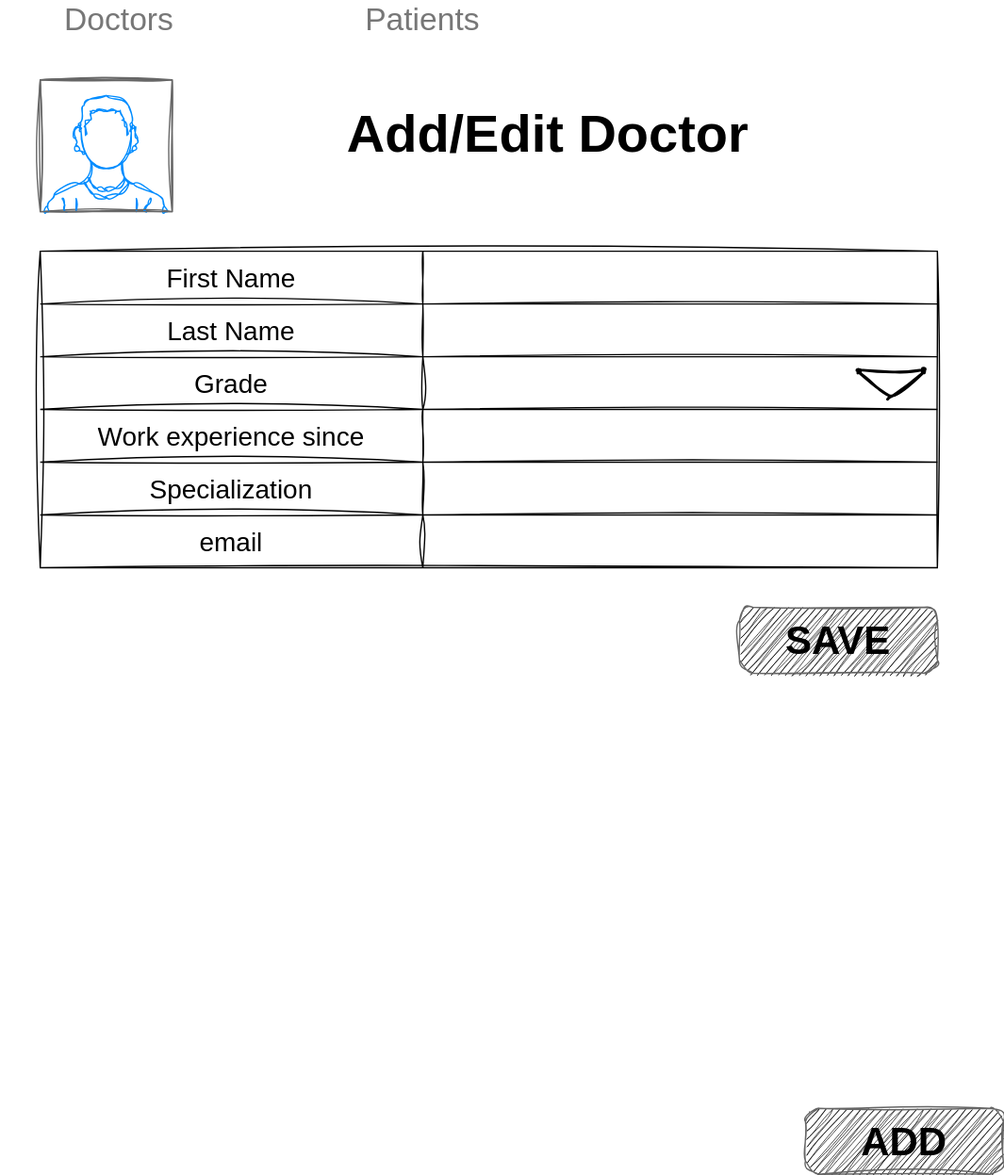
DmytroY/EPAM_Flask keeps this draw.io diagram as documentation/mockups/Add-Edit-Doctor.svg. Above is the earlier version. Source tidied: cells renumbered, new cells last; positions are measured from the earlier drawing's top-left corner, leaving out a move shared by most shapes.
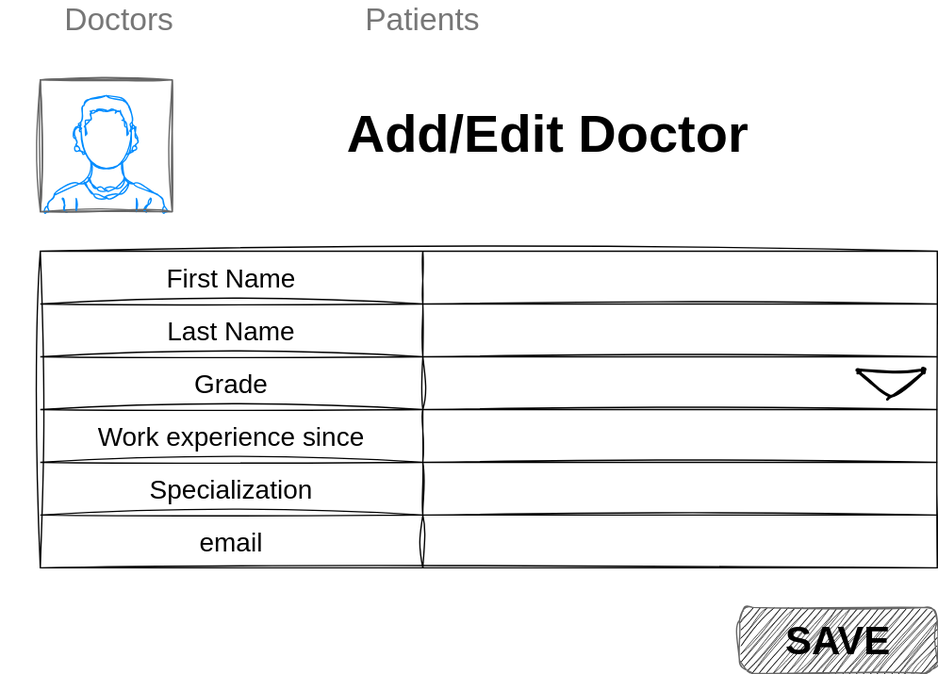
The same diagram one commit later.

The edit, as a diff of the source:
```diff
@@ -71,9 +71,6 @@
     <mxCell id="24" value="SAVE" style="strokeWidth=1;shadow=0;dashed=0;align=center;html=1;shape=mxgraph.mockup.buttons.button;strokeColor=#666666;fontColor=default;mainText=;buttonStyle=round;fontSize=30;fontStyle=1;fillColor=#000000;whiteSpace=wrap;rounded=0;labelBackgroundColor=none;labelBorderColor=none;sketch=1;hachureGap=4;jiggle=2;curveFitting=1;fontFamily=Helvetica;fillStyle=hachure;" parent="1" vertex="1">
       <mxGeometry x="560" y="460" width="150" height="50" as="geometry" />
     </mxCell>
-    <mxCell id="25" value="ADD" style="strokeWidth=1;shadow=0;dashed=0;align=center;html=1;shape=mxgraph.mockup.buttons.button;strokeColor=#666666;fontColor=default;mainText=;buttonStyle=round;fontSize=30;fontStyle=1;fillColor=#000000;whiteSpace=wrap;rounded=0;labelBackgroundColor=none;labelBorderColor=none;sketch=1;hachureGap=4;jiggle=2;curveFitting=1;fontFamily=Helvetica;fillStyle=hachure;" parent="1" vertex="1">
-      <mxGeometry x="610" y="840" width="150" height="50" as="geometry" />
-    </mxCell>
     <mxCell id="26" value="&lt;font style=&quot;font-size: 40px;&quot;&gt;Add/Edit Doctor&lt;/font&gt;" style="text;html=1;strokeColor=none;fillColor=none;align=center;verticalAlign=middle;whiteSpace=wrap;rounded=0;fontSize=19;fontFamily=Helvetica;fontColor=#000000;fontStyle=1;" parent="1" vertex="1">
       <mxGeometry x="180" y="80" width="470" height="40" as="geometry" />
     </mxCell>
```
